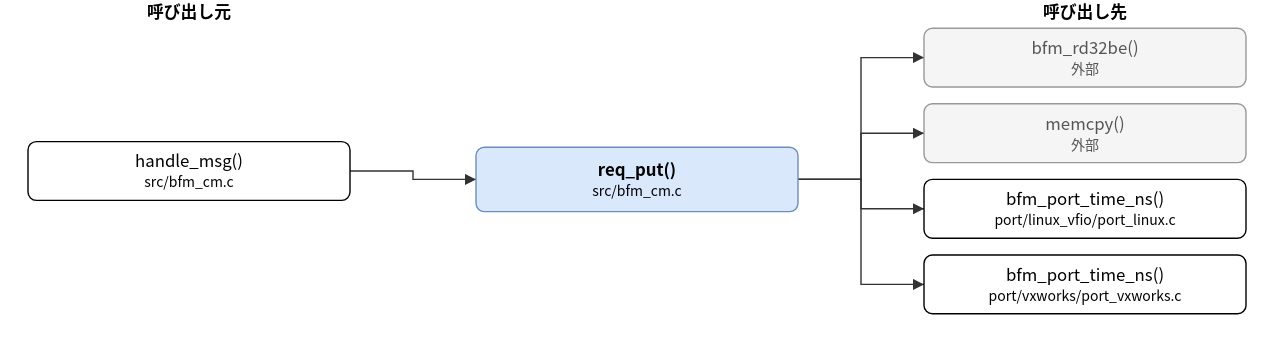
The draw.io diagram doc/spec/images/call_src_bfm_cm-req_put.drawio.svg in hf355051012-ai/bfmem, before a commit. Source tidied: cells renumbered, new cells last; positions are measured from the earlier drawing's top-left corner, leaving out a move shared by most shapes. Its diagram source:
```xml
<mxGraphModel>
  <root>
    <mxCell id="0" />
    <mxCell id="1" parent="0" />
    <mxCell id="2" value="req_put()&lt;br&gt;&lt;font style=&quot;font-size:10px&quot;&gt;src/bfm_cm.c&lt;/font&gt;" style="rounded=1;whiteSpace=wrap;html=1;fillColor=#dae8fc;strokeColor=#6c8ebf;fontStyle=1;" parent="1" vertex="1">
      <mxGeometry x="320" y="105" width="230" height="46" as="geometry" />
    </mxCell>
    <mxCell id="3" value="handle_msg()&lt;br&gt;&lt;font style=&quot;font-size:10px&quot;&gt;src/bfm_cm.c&lt;/font&gt;" style="rounded=1;whiteSpace=wrap;html=1;" parent="1" vertex="1">
      <mxGeometry y="101" width="230" height="42" as="geometry" />
    </mxCell>
    <mxCell id="4" value="bfm_rd32be()&lt;br&gt;&lt;font style=&quot;font-size:10px&quot;&gt;外部&lt;/font&gt;" style="rounded=1;whiteSpace=wrap;html=1;fillColor=#f5f5f5;strokeColor=#999999;fontColor=#555555;" parent="1" vertex="1">
      <mxGeometry x="640" y="20" width="230" height="42" as="geometry" />
    </mxCell>
    <mxCell id="5" value="memcpy()&lt;br&gt;&lt;font style=&quot;font-size:10px&quot;&gt;外部&lt;/font&gt;" style="rounded=1;whiteSpace=wrap;html=1;fillColor=#f5f5f5;strokeColor=#999999;fontColor=#555555;" parent="1" vertex="1">
      <mxGeometry x="640" y="74" width="230" height="42" as="geometry" />
    </mxCell>
    <mxCell id="6" value="bfm_port_time_ns()&lt;br&gt;&lt;font style=&quot;font-size:10px&quot;&gt;port/linux_vfio/port_linux.c&lt;/font&gt;" style="rounded=1;whiteSpace=wrap;html=1;" parent="1" vertex="1">
      <mxGeometry x="640" y="128" width="230" height="42" as="geometry" />
    </mxCell>
    <mxCell id="7" value="bfm_port_time_ns()&lt;br&gt;&lt;font style=&quot;font-size:10px&quot;&gt;port/vxworks/port_vxworks.c&lt;/font&gt;" style="rounded=1;whiteSpace=wrap;html=1;" parent="1" vertex="1">
      <mxGeometry x="640" y="182" width="230" height="42" as="geometry" />
    </mxCell>
    <mxCell id="8" style="edgeStyle=none;html=1;rounded=0;endArrow=block;endFill=1;exitX=1.0000;exitY=0.5000;exitDx=0;exitDy=0;exitPerimeter=0;entryX=0.0000;entryY=0.5000;entryDx=0;entryDy=0;entryPerimeter=0;" parent="1" edge="1" source="3" target="2">
      <mxGeometry relative="1" as="geometry">
        <Array as="points">
          <mxPoint x="275" y="122" />
          <mxPoint x="275" y="128" />
        </Array>
      </mxGeometry>
    </mxCell>
    <mxCell id="9" style="edgeStyle=none;html=1;rounded=0;endArrow=block;endFill=1;exitX=1.0000;exitY=0.5000;exitDx=0;exitDy=0;exitPerimeter=0;entryX=0.0000;entryY=0.5000;entryDx=0;entryDy=0;entryPerimeter=0;" parent="1" edge="1" source="2" target="4">
      <mxGeometry relative="1" as="geometry">
        <Array as="points">
          <mxPoint x="595" y="128" />
          <mxPoint x="595" y="41" />
        </Array>
      </mxGeometry>
    </mxCell>
    <mxCell id="10" style="edgeStyle=none;html=1;rounded=0;endArrow=block;endFill=1;exitX=1.0000;exitY=0.5000;exitDx=0;exitDy=0;exitPerimeter=0;entryX=0.0000;entryY=0.5000;entryDx=0;entryDy=0;entryPerimeter=0;" parent="1" edge="1" source="2" target="5">
      <mxGeometry relative="1" as="geometry">
        <Array as="points">
          <mxPoint x="595" y="128" />
          <mxPoint x="595" y="95" />
        </Array>
      </mxGeometry>
    </mxCell>
    <mxCell id="11" style="edgeStyle=none;html=1;rounded=0;endArrow=block;endFill=1;exitX=1.0000;exitY=0.5000;exitDx=0;exitDy=0;exitPerimeter=0;entryX=0.0000;entryY=0.5000;entryDx=0;entryDy=0;entryPerimeter=0;" parent="1" edge="1" source="2" target="6">
      <mxGeometry relative="1" as="geometry">
        <Array as="points">
          <mxPoint x="595" y="128" />
          <mxPoint x="595" y="149" />
        </Array>
      </mxGeometry>
    </mxCell>
    <mxCell id="12" style="edgeStyle=none;html=1;rounded=0;endArrow=block;endFill=1;exitX=1.0000;exitY=0.5000;exitDx=0;exitDy=0;exitPerimeter=0;entryX=0.0000;entryY=0.5000;entryDx=0;entryDy=0;entryPerimeter=0;" parent="1" edge="1" source="2" target="7">
      <mxGeometry relative="1" as="geometry">
        <Array as="points">
          <mxPoint x="595" y="128" />
          <mxPoint x="595" y="203" />
        </Array>
      </mxGeometry>
    </mxCell>
    <mxCell id="13" value="呼び出し元" style="text;html=1;align=center;fontStyle=1;" parent="1" vertex="1">
      <mxGeometry x="35" width="160" height="18" as="geometry" />
    </mxCell>
    <mxCell id="14" value="呼び出し先" style="text;html=1;align=center;fontStyle=1;" parent="1" vertex="1">
      <mxGeometry x="675" width="160" height="18" as="geometry" />
    </mxCell>
  </root>
</mxGraphModel>
```
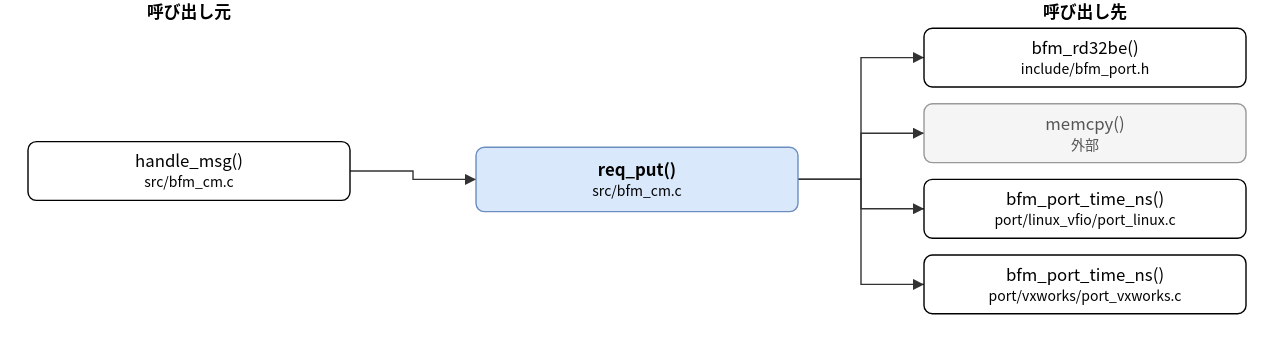
After the commit.

What changed in the source:
```diff
@@ -8,7 +8,7 @@
     <mxCell id="3" value="handle_msg()&lt;br&gt;&lt;font style=&quot;font-size:10px&quot;&gt;src/bfm_cm.c&lt;/font&gt;" style="rounded=1;whiteSpace=wrap;html=1;" parent="1" vertex="1">
       <mxGeometry y="101" width="230" height="42" as="geometry" />
     </mxCell>
-    <mxCell id="4" value="bfm_rd32be()&lt;br&gt;&lt;font style=&quot;font-size:10px&quot;&gt;外部&lt;/font&gt;" style="rounded=1;whiteSpace=wrap;html=1;fillColor=#f5f5f5;strokeColor=#999999;fontColor=#555555;" parent="1" vertex="1">
+    <mxCell id="4" value="bfm_rd32be()&lt;br&gt;&lt;font style=&quot;font-size:10px&quot;&gt;include/bfm_port.h&lt;/font&gt;" style="rounded=1;whiteSpace=wrap;html=1;" parent="1" vertex="1">
       <mxGeometry x="640" y="20" width="230" height="42" as="geometry" />
     </mxCell>
     <mxCell id="5" value="memcpy()&lt;br&gt;&lt;font style=&quot;font-size:10px&quot;&gt;外部&lt;/font&gt;" style="rounded=1;whiteSpace=wrap;html=1;fillColor=#f5f5f5;strokeColor=#999999;fontColor=#555555;" parent="1" vertex="1">
```
